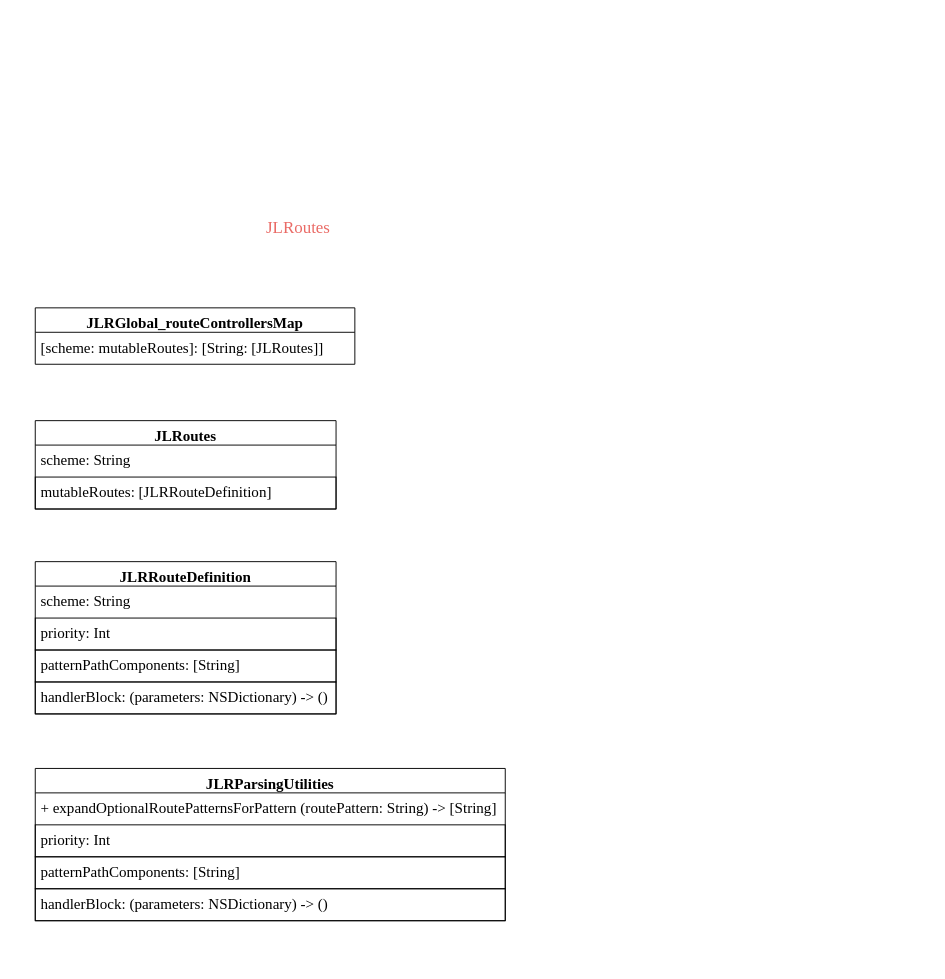
The draw.io diagram 组件化.drawio in xuhaodong1/DrawIO, before the edit. Source tidied: cells renumbered, new cells numbered last; positions are measured from the earlier drawing's top-left corner, leaving out a move shared by most shapes. Both pictures are drawn from the tidied source at 94%, with x=0, y=0 at pixel (35, 213).
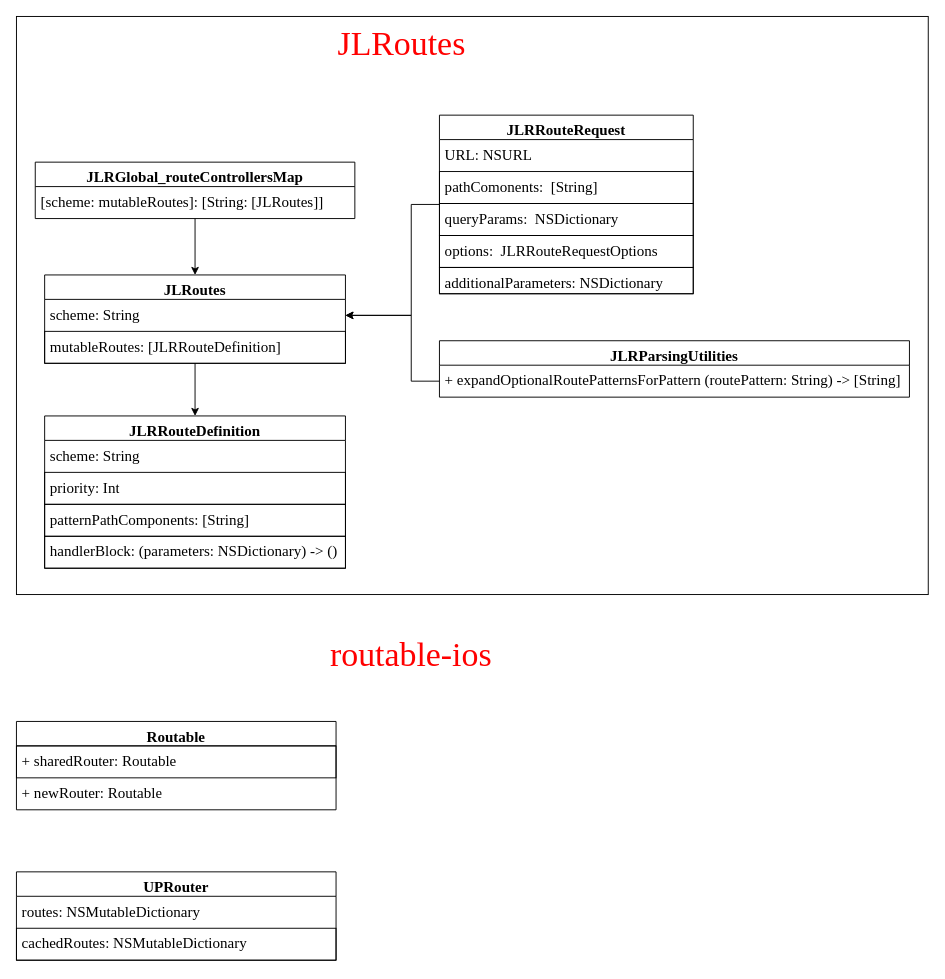
The same diagram, later.

Commit message:
更新组件化.drawio

Unchanged cells that the change refers to:
```xml
<mxCell id="6" value="scheme: String" style="text;strokeColor=none;fillColor=none;align=left;verticalAlign=top;spacingLeft=4;spacingRight=4;overflow=hidden;points=[[0,0.5],[1,0.5]];portConstraint=eastwest;whiteSpace=wrap;html=1;fontSize=16;fontFamily=Times New Roman;" parent="5" vertex="1">
  <mxGeometry y="26" width="320" height="34" as="geometry" />
</mxCell>
<mxCell id="14" value="+&amp;nbsp;expandOptionalRoutePatternsForPattern (routePattern: String) -&amp;gt; [String]" style="text;strokeColor=none;fillColor=none;align=left;verticalAlign=top;spacingLeft=4;spacingRight=4;overflow=hidden;points=[[0,0.5],[1,0.5]];portConstraint=eastwest;whiteSpace=wrap;html=1;fontSize=16;fontFamily=Times New Roman;" parent="13" vertex="1">
  <mxGeometry y="26" width="500" height="34" as="geometry" />
</mxCell>
```

The edit, as a diff of the source:
```diff
@@
+    <mxCell id="18" style="group;" parent="1" vertex="1">
+      <mxGeometry x="-20" y="-210" width="970" height="615" as="geometry" />
+    </mxCell>
+    <mxCell id="19" style="rounded=0;whiteSpace=wrap;html=1;" parent="18" vertex="1">
+      <mxGeometry width="970" height="615" as="geometry" />
+    </mxCell>
-    <mxCell id="2" value="JLRGlobal_routeControllersMap" style="swimlane;fontStyle=1;align=center;verticalAlign=top;horizontal=1;startSize=26;whiteSpace=wrap;html=1;fontSize=16;fontFamily=Times New Roman;" parent="1" vertex="1">
-      <mxGeometry y="100" width="340" height="60" as="geometry" />
+    <mxCell id="2" value="JLRGlobal_routeControllersMap" style="swimlane;fontStyle=1;align=center;verticalAlign=top;horizontal=1;startSize=26;whiteSpace=wrap;html=1;fontSize=16;fontFamily=Times New Roman;" parent="18" vertex="1">
+      <mxGeometry x="20" y="155" width="340" height="60" as="geometry" />
     </mxCell>
@@
-    <mxCell id="4" value="JLRoutes" style="text;html=1;strokeColor=none;fillColor=none;align=center;verticalAlign=middle;whiteSpace=wrap;rounded=0;fontFamily=Times New Roman;fontSize=18;fontColor=#EA6B66;" parent="1" vertex="1">
-      <mxGeometry x="250" width="60" height="30" as="geometry" />
+    <mxCell id="4" value="JLRoutes" style="text;html=1;strokeColor=none;fillColor=none;align=center;verticalAlign=middle;whiteSpace=wrap;rounded=0;fontFamily=Times New Roman;fontSize=36;fontColor=#FF0000;" parent="18" vertex="1">
+      <mxGeometry x="380" y="15" width="60" height="30" as="geometry" />
     </mxCell>
-    <mxCell id="5" value="JLRoutes" style="swimlane;fontStyle=1;align=center;verticalAlign=top;horizontal=1;startSize=26;whiteSpace=wrap;html=1;fontSize=16;fontFamily=Times New Roman;" parent="1" vertex="1">
-      <mxGeometry y="220" width="320" height="94" as="geometry" />
+    <mxCell id="5" value="JLRoutes" style="swimlane;fontStyle=1;align=center;verticalAlign=top;horizontal=1;startSize=26;whiteSpace=wrap;html=1;fontSize=16;fontFamily=Times New Roman;" parent="18" vertex="1">
+      <mxGeometry x="30" y="275" width="320" height="94" as="geometry" />
     </mxCell>
@@
+    <mxCell id="20" style="edgeStyle=orthogonalEdgeStyle;rounded=0;jettySize=auto;html=1;exitX=0.5;exitY=1;exitDx=0;exitDy=0;entryX=0.5;entryY=0;entryDx=0;entryDy=0;" parent="18" edge="1" source="2" target="5">
+      <mxGeometry relative="1" as="geometry" />
+    </mxCell>
-    <mxCell id="8" value="JLRRouteDefinition" style="swimlane;fontStyle=1;align=center;verticalAlign=top;horizontal=1;startSize=26;whiteSpace=wrap;html=1;fontSize=16;fontFamily=Times New Roman;" parent="1" vertex="1">
-      <mxGeometry y="370" width="320" height="162" as="geometry" />
+    <mxCell id="8" value="JLRRouteDefinition" style="swimlane;fontStyle=1;align=center;verticalAlign=top;horizontal=1;startSize=26;whiteSpace=wrap;html=1;fontSize=16;fontFamily=Times New Roman;" parent="18" vertex="1">
+      <mxGeometry x="30" y="425" width="320" height="162" as="geometry" />
     </mxCell>
@@
+    <mxCell id="21" style="edgeStyle=orthogonalEdgeStyle;rounded=0;jettySize=auto;html=1;entryX=0.5;entryY=0;entryDx=0;entryDy=0;" parent="18" edge="1" source="5" target="8">
+      <mxGeometry relative="1" as="geometry" />
+    </mxCell>
-    <mxCell id="13" value="JLRParsingUtilities" style="swimlane;fontStyle=1;align=center;verticalAlign=top;horizontal=1;startSize=26;whiteSpace=wrap;html=1;fontSize=16;fontFamily=Times New Roman;" parent="1" vertex="1">
-      <mxGeometry y="590" width="500" height="162" as="geometry" />
+    <mxCell id="13" value="JLRParsingUtilities" style="swimlane;fontStyle=1;align=center;verticalAlign=top;horizontal=1;startSize=26;whiteSpace=wrap;html=1;fontSize=16;fontFamily=Times New Roman;" parent="18" vertex="1">
+      <mxGeometry x="450" y="345" width="500" height="60" as="geometry" />
     </mxCell>
@@
-    <mxCell id="15" value="priority: Int" style="text;strokeColor=default;fillColor=none;align=left;verticalAlign=top;spacingLeft=4;spacingRight=4;overflow=hidden;whiteSpace=wrap;html=1;fontSize=16;fontFamily=Times New Roman;" parent="13" vertex="1">
-      <mxGeometry y="60" width="500" height="34" as="geometry" />
-    </mxCell>
-    <mxCell id="16" value="patternPathComponents: [String]" style="text;strokeColor=default;fillColor=none;align=left;verticalAlign=top;spacingLeft=4;spacingRight=4;overflow=hidden;whiteSpace=wrap;html=1;fontSize=16;fontFamily=Times New Roman;" parent="13" vertex="1">
-      <mxGeometry y="94" width="500" height="34" as="geometry" />
-    </mxCell>
-    <mxCell id="17" value="handlerBlock: (parameters: NSDictionary) -&amp;gt; ()" style="text;strokeColor=default;fillColor=none;align=left;verticalAlign=top;spacingLeft=4;spacingRight=4;overflow=hidden;whiteSpace=wrap;html=1;fontSize=16;fontFamily=Times New Roman;" parent="13" vertex="1">
-      <mxGeometry y="128" width="500" height="34" as="geometry" />
-    </mxCell>
+    <mxCell id="22" style="edgeStyle=orthogonalEdgeStyle;rounded=0;jettySize=auto;html=1;entryX=1;entryY=0.5;entryDx=0;entryDy=0;" parent="18" edge="1" source="23" target="6">
+      <mxGeometry relative="1" as="geometry">
+        <Array as="points">
+          <mxPoint x="420" y="200" />
+          <mxPoint x="420" y="318" />
+        </Array>
+      </mxGeometry>
+    </mxCell>
+    <mxCell id="23" value="JLRRouteRequest" style="swimlane;fontStyle=1;align=center;verticalAlign=top;horizontal=1;startSize=26;whiteSpace=wrap;html=1;fontSize=16;fontFamily=Times New Roman;" parent="18" vertex="1">
+      <mxGeometry x="450" y="105" width="270" height="190" as="geometry" />
+    </mxCell>
+    <mxCell id="24" value="URL: NSURL" style="text;strokeColor=none;fillColor=none;align=left;verticalAlign=top;spacingLeft=4;spacingRight=4;overflow=hidden;whiteSpace=wrap;html=1;fontSize=16;fontFamily=Times New Roman;" parent="23" vertex="1">
+      <mxGeometry y="26" width="270" height="34" as="geometry" />
+    </mxCell>
+    <mxCell id="25" value="pathComonents:&amp;nbsp; [String]" style="text;strokeColor=default;fillColor=none;align=left;verticalAlign=top;spacingLeft=4;spacingRight=4;overflow=hidden;whiteSpace=wrap;html=1;fontSize=16;fontFamily=Times New Roman;" parent="23" vertex="1">
+      <mxGeometry y="60" width="270" height="34" as="geometry" />
+    </mxCell>
+    <mxCell id="26" value="queryParams:&amp;nbsp; NSDictionary" style="text;strokeColor=default;fillColor=none;align=left;verticalAlign=top;spacingLeft=4;spacingRight=4;overflow=hidden;whiteSpace=wrap;html=1;fontSize=16;fontFamily=Times New Roman;" parent="23" vertex="1">
+      <mxGeometry y="94" width="270" height="34" as="geometry" />
+    </mxCell>
+    <mxCell id="27" value="options:&amp;nbsp; JLRRouteRequestOptions" style="text;strokeColor=default;fillColor=none;align=left;verticalAlign=top;spacingLeft=4;spacingRight=4;overflow=hidden;whiteSpace=wrap;html=1;fontSize=16;fontFamily=Times New Roman;" parent="23" vertex="1">
+      <mxGeometry y="128" width="270" height="34" as="geometry" />
+    </mxCell>
+    <mxCell id="28" value="additionalParameters: NSDictionary" style="text;strokeColor=default;fillColor=none;align=left;verticalAlign=top;spacingLeft=4;spacingRight=4;overflow=hidden;whiteSpace=wrap;html=1;fontSize=16;fontFamily=Times New Roman;" parent="23" vertex="1">
+      <mxGeometry y="162" width="270" height="28" as="geometry" />
+    </mxCell>
+    <mxCell id="29" style="edgeStyle=orthogonalEdgeStyle;rounded=0;jettySize=auto;html=1;entryX=1;entryY=0.5;entryDx=0;entryDy=0;" parent="18" edge="1" source="14" target="6">
+      <mxGeometry relative="1" as="geometry">
+        <Array as="points">
+          <mxPoint x="420" y="388" />
+          <mxPoint x="420" y="318" />
+        </Array>
+      </mxGeometry>
+    </mxCell>
+    <mxCell id="30" value="routable-ios&lt;br&gt;" style="text;html=1;strokeColor=none;fillColor=none;align=center;verticalAlign=middle;whiteSpace=wrap;rounded=0;fontFamily=Times New Roman;fontSize=36;fontColor=#FF0000;" parent="1" vertex="1">
+      <mxGeometry x="310" y="450" width="180" height="40" as="geometry" />
+    </mxCell>
+    <mxCell id="31" value="Routable" style="swimlane;fontStyle=1;align=center;verticalAlign=top;horizontal=1;startSize=26;whiteSpace=wrap;html=1;fontSize=16;fontFamily=Times New Roman;" parent="1" vertex="1">
+      <mxGeometry x="-20" y="540" width="340" height="94" as="geometry" />
+    </mxCell>
+    <mxCell id="32" value="+ sharedRouter: Routable" style="text;strokeColor=default;fillColor=none;align=left;verticalAlign=top;spacingLeft=4;spacingRight=4;overflow=hidden;whiteSpace=wrap;html=1;fontSize=16;fontFamily=Times New Roman;" parent="31" vertex="1">
+      <mxGeometry y="26" width="340" height="34" as="geometry" />
+    </mxCell>
+    <mxCell id="33" value="+ newRouter: Routable" style="text;strokeColor=none;fillColor=none;align=left;verticalAlign=top;spacingLeft=4;spacingRight=4;overflow=hidden;whiteSpace=wrap;html=1;fontSize=16;fontFamily=Times New Roman;" parent="31" vertex="1">
+      <mxGeometry y="60" width="340" height="34" as="geometry" />
+    </mxCell>
+    <mxCell id="34" value="UPRouter" style="swimlane;fontStyle=1;align=center;verticalAlign=top;horizontal=1;startSize=26;whiteSpace=wrap;html=1;fontSize=16;fontFamily=Times New Roman;" parent="1" vertex="1">
+      <mxGeometry x="-20" y="700" width="340" height="94" as="geometry" />
+    </mxCell>
+    <mxCell id="35" value="routes: NSMutableDictionary" style="text;strokeColor=none;fillColor=none;align=left;verticalAlign=top;spacingLeft=4;spacingRight=4;overflow=hidden;whiteSpace=wrap;html=1;fontSize=16;fontFamily=Times New Roman;" parent="34" vertex="1">
+      <mxGeometry y="26" width="340" height="34" as="geometry" />
+    </mxCell>
+    <mxCell id="36" value="cachedRoutes: NSMutableDictionary" style="text;strokeColor=default;fillColor=none;align=left;verticalAlign=top;spacingLeft=4;spacingRight=4;overflow=hidden;whiteSpace=wrap;html=1;fontSize=16;fontFamily=Times New Roman;rounded=0;" parent="34" vertex="1">
+      <mxGeometry y="60" width="340" height="34" as="geometry" />
+    </mxCell>
```
